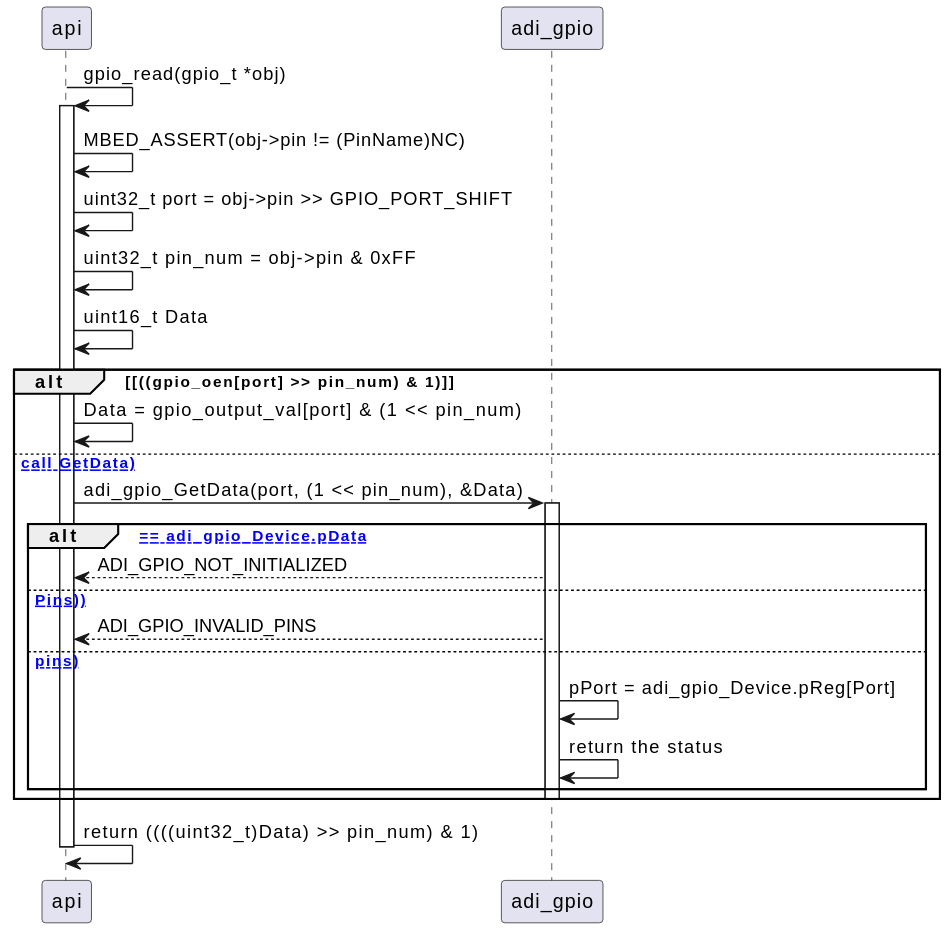
This is ai-design/sequence/gpio_read.svg from Bhagyani08/test_project, a PlantUML export, as it was before one commit.
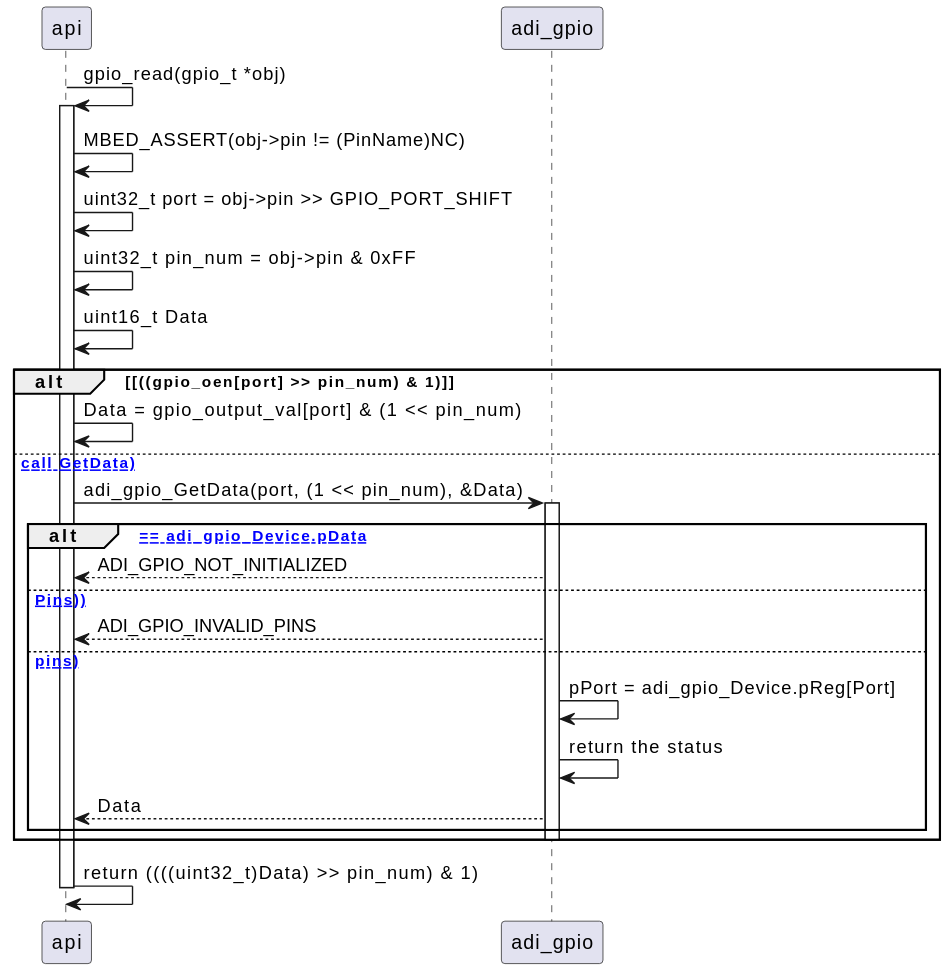
The same file after the commit.

Commit message:
Auto-update AI design diagrams

Change to the diagram source:
```diff
@@ -21,6 +21,7 @@
 else [(valid pins)]
         ADI_GPIO -> ADI_GPIO : pPort = adi_gpio_Device.pReg[Port]
         ADI_GPIO -> ADI_GPIO : return the status
+        ADI_GPIO --> API : Data
 end
     deactivate ADI_GPIO
 end
```
